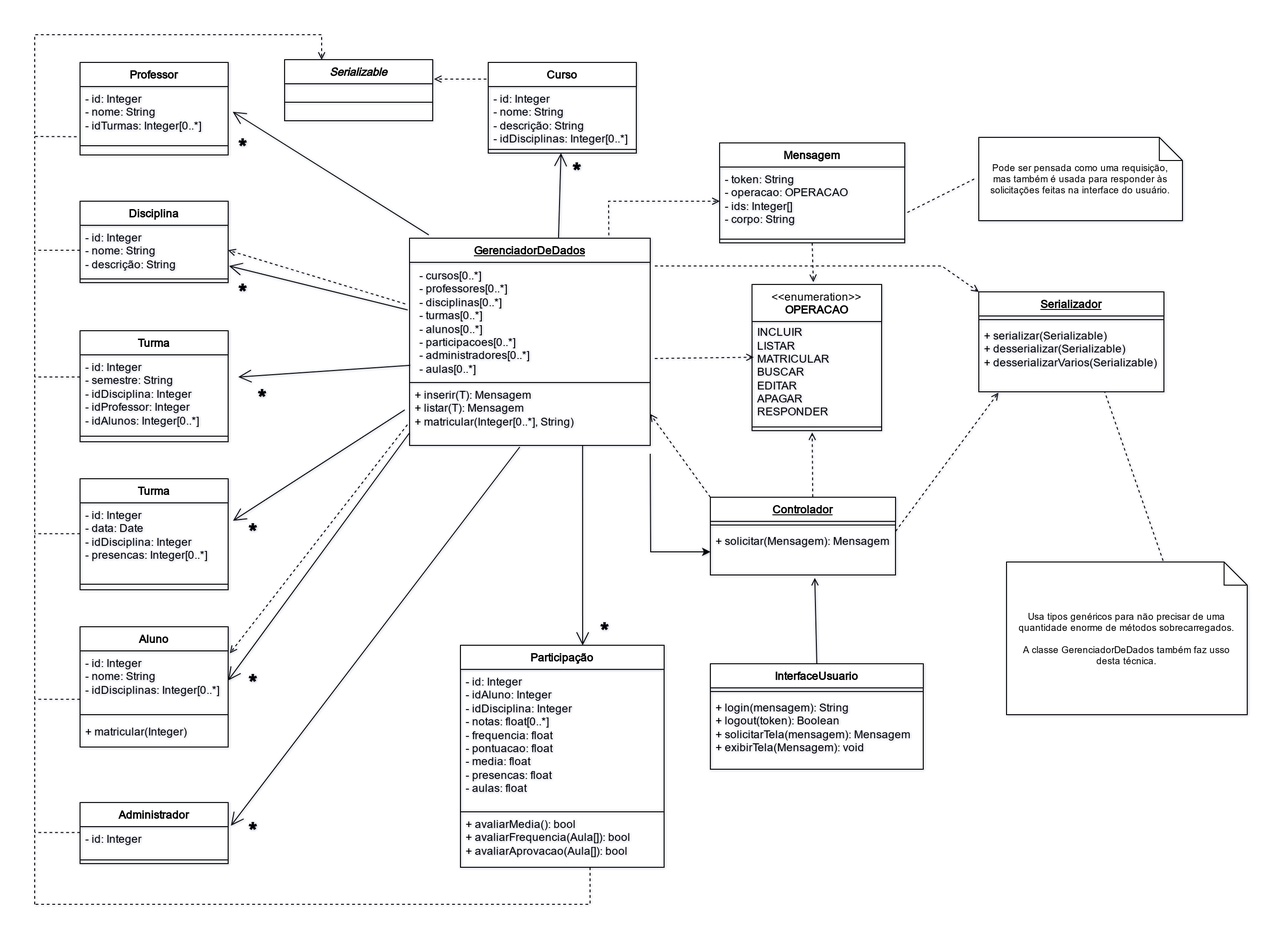
Earlier version of the draw.io export docs/entrega/02/img/class_200-light.drawio.png (jultty/aps-escola). Source tidied: cells renumbered, new cells last; positions are measured from the earlier drawing's top-left corner, leaving out a move shared by most shapes.
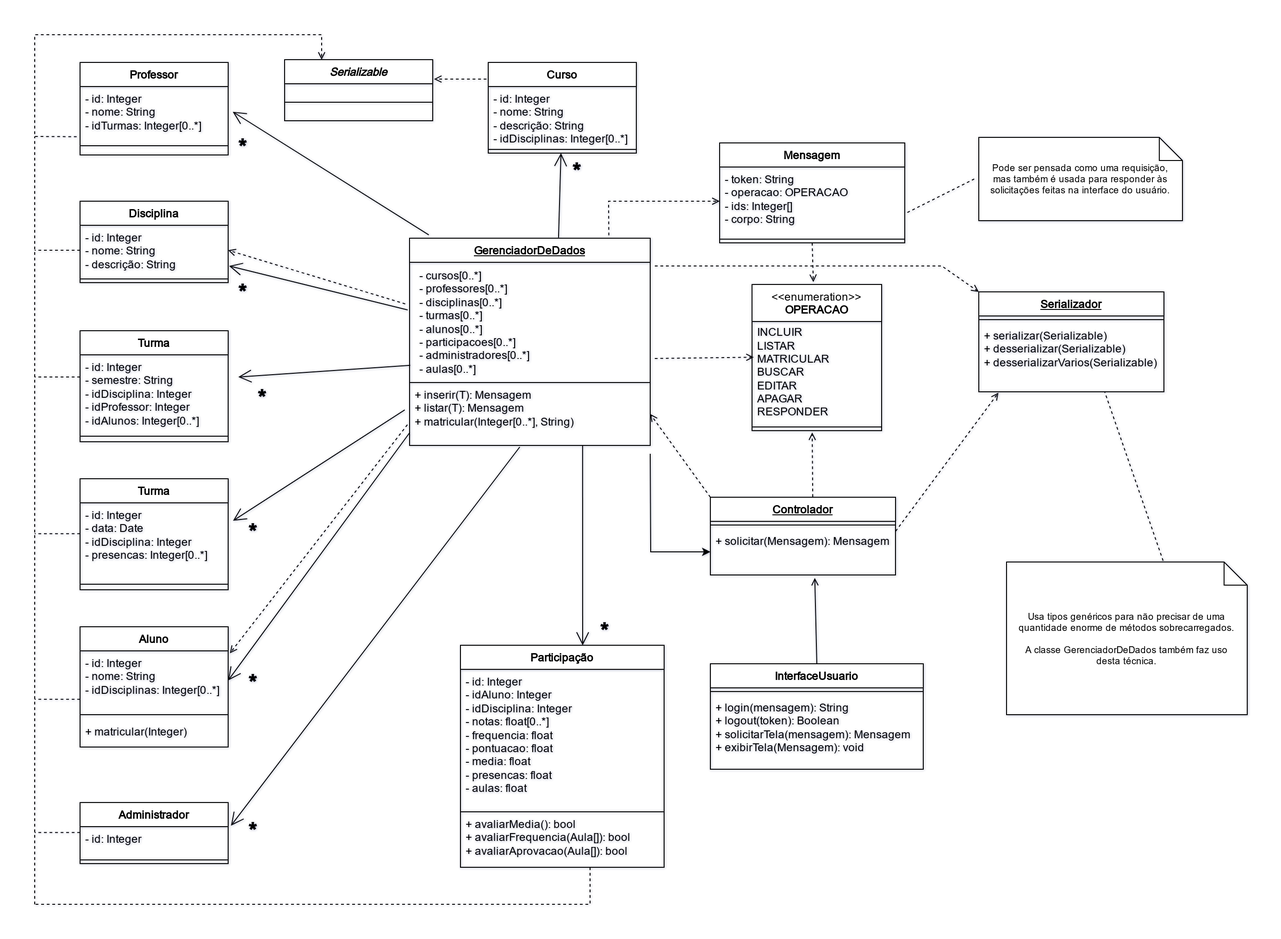
Later version of the same file.

Change to the diagram source:
```diff
@@ -297,7 +297,7 @@
     <mxCell id="84" style="rounded=0;jettySize=auto;html=1;dashed=1;endArrow=open;endFill=0;entryX=0.106;entryY=1.014;entryDx=0;entryDy=0;entryPerimeter=0;exitX=1.001;exitY=0.053;exitDx=0;exitDy=0;exitPerimeter=0;" parent="1" edge="1" source="47" target="80">
       <mxGeometry relative="1" as="geometry" />
     </mxCell>
-    <mxCell id="85" value="&lt;blockquote style=&quot;margin: 0 0 0 40px; border: none; padding: 0px;&quot;&gt;&lt;/blockquote&gt;&lt;blockquote style=&quot;margin: 0 0 0 40px; border: none; padding: 0px;&quot;&gt;&lt;/blockquote&gt;&lt;span style=&quot;background-color: initial; font-size: 10px;&quot;&gt;&lt;div style=&quot;&quot;&gt;Usa tipos genéricos para não precisar de uma quantidade enorme de métodos sobrecarregados.&lt;/div&gt;&lt;div style=&quot;&quot;&gt;&lt;br&gt;&lt;/div&gt;&lt;div style=&quot;&quot;&gt;&lt;span style=&quot;background-color: initial;&quot;&gt;A classe GerenciadorDeDados também faz usso desta técnica.&lt;/span&gt;&lt;br&gt;&lt;/div&gt;&lt;/span&gt;&lt;blockquote style=&quot;margin: 0 0 0 40px; border: none; padding: 0px;&quot;&gt;&lt;/blockquote&gt;&lt;blockquote style=&quot;margin: 0 0 0 40px; border: none; padding: 0px;&quot;&gt;&lt;/blockquote&gt;" style="shape=note2;boundedLbl=1;whiteSpace=wrap;html=1;size=25;verticalAlign=middle;align=center;perimeterSpacing=5;spacing=13;" parent="1" vertex="1">
+    <mxCell id="85" value="&lt;blockquote style=&quot;margin: 0 0 0 40px; border: none; padding: 0px;&quot;&gt;&lt;/blockquote&gt;&lt;blockquote style=&quot;margin: 0 0 0 40px; border: none; padding: 0px;&quot;&gt;&lt;/blockquote&gt;&lt;span style=&quot;background-color: initial; font-size: 10px;&quot;&gt;&lt;div style=&quot;&quot;&gt;Usa tipos genéricos para não precisar de uma quantidade enorme de métodos sobrecarregados.&lt;/div&gt;&lt;div style=&quot;&quot;&gt;&lt;br&gt;&lt;/div&gt;&lt;div style=&quot;&quot;&gt;&lt;span style=&quot;background-color: initial;&quot;&gt;A classe GerenciadorDeDados também faz uso desta técnica.&lt;/span&gt;&lt;br&gt;&lt;/div&gt;&lt;/span&gt;&lt;blockquote style=&quot;margin: 0 0 0 40px; border: none; padding: 0px;&quot;&gt;&lt;/blockquote&gt;&lt;blockquote style=&quot;margin: 0 0 0 40px; border: none; padding: 0px;&quot;&gt;&lt;/blockquote&gt;" style="shape=note2;boundedLbl=1;whiteSpace=wrap;html=1;size=25;verticalAlign=middle;align=center;perimeterSpacing=5;spacing=13;" parent="1" vertex="1">
       <mxGeometry x="1050" y="570" width="260" height="165" as="geometry" />
     </mxCell>
     <mxCell id="86" style="rounded=0;jettySize=auto;html=1;entryX=0;entryY=0.5;entryDx=0;entryDy=0;endArrow=none;endFill=0;dashed=1;exitX=0.645;exitY=0.021;exitDx=0;exitDy=0;exitPerimeter=0;entryPerimeter=0;" parent="1" edge="1" source="85">
```
